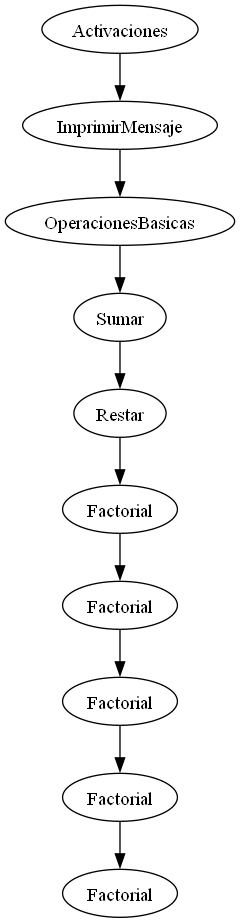
Before: activacion.png, a diagram exported from Graphviz (RudyReyes28/PascalCompiler). Its source is kept beside it as activacion.dot.
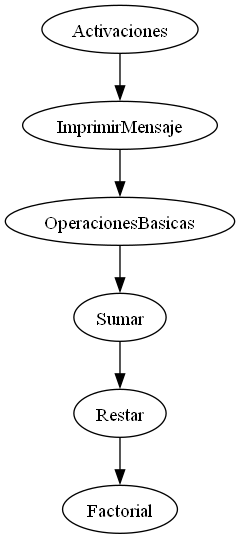
The same file after the commit.

Change to the diagram source:
```diff
@@ -16,17 +16,5 @@
 n5;
 n5[label = "Factorial"];
 n4 ->n5;
-n6;
-n6[label = "Factorial"];
-n5 ->n6;
-n7;
-n7[label = "Factorial"];
-n6 ->n7;
-n8;
-n8[label = "Factorial"];
-n7 ->n8;
-n9;
-n9[label = "Factorial"];
-n8 ->n9;
 
 }
```
